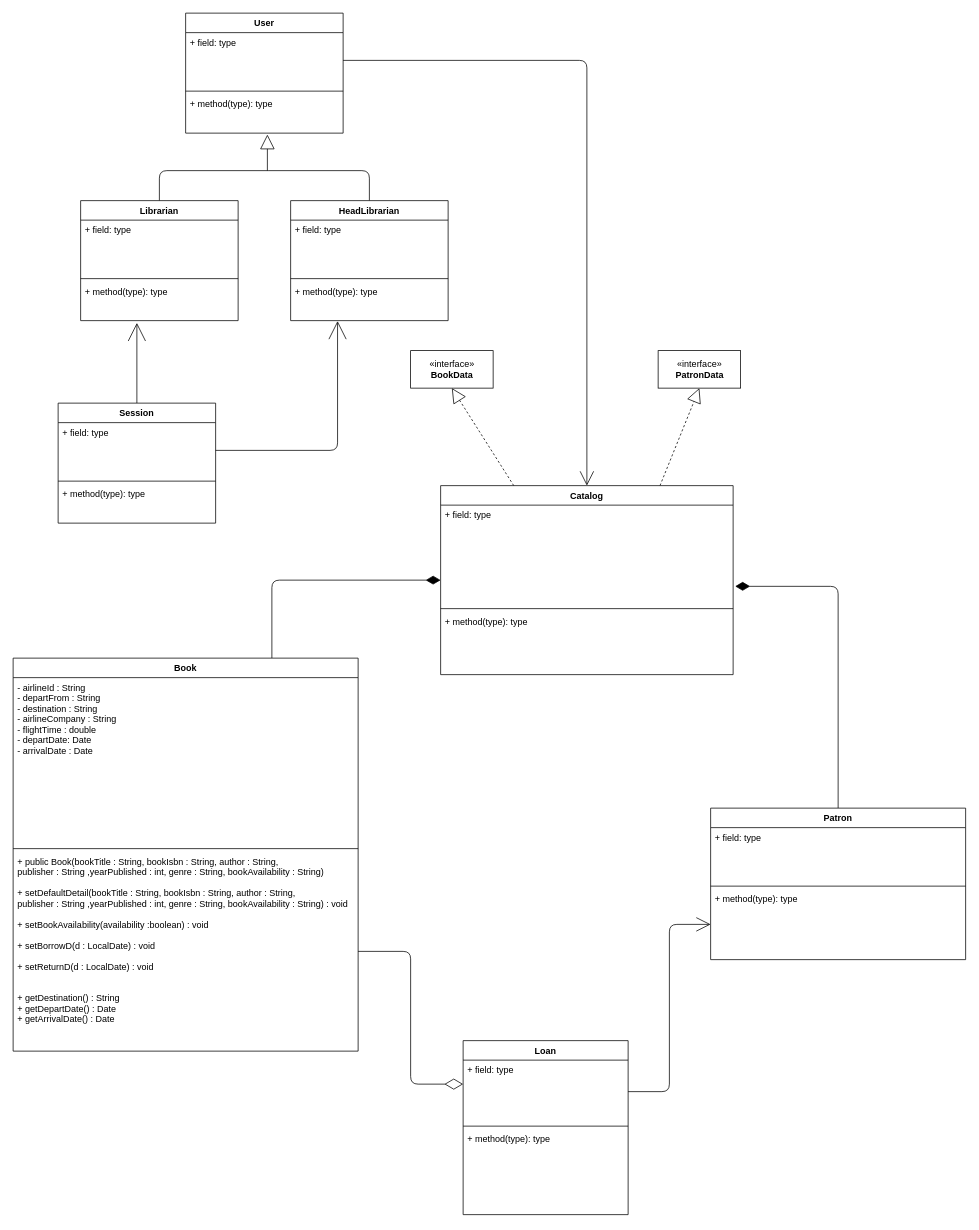
This is Library Management System/src/LMS_ClassDiagram.drawio from leonardHD0433/Library-Management-System, a draw.io file, before an edit. Source tidied: cells renumbered, new cells numbered last; positions are measured from the earlier drawing's top-left corner, leaving out a move shared by most shapes. Both pictures are drawn from the tidied source at 75%, with x=0, y=0 at pixel (13, 13).
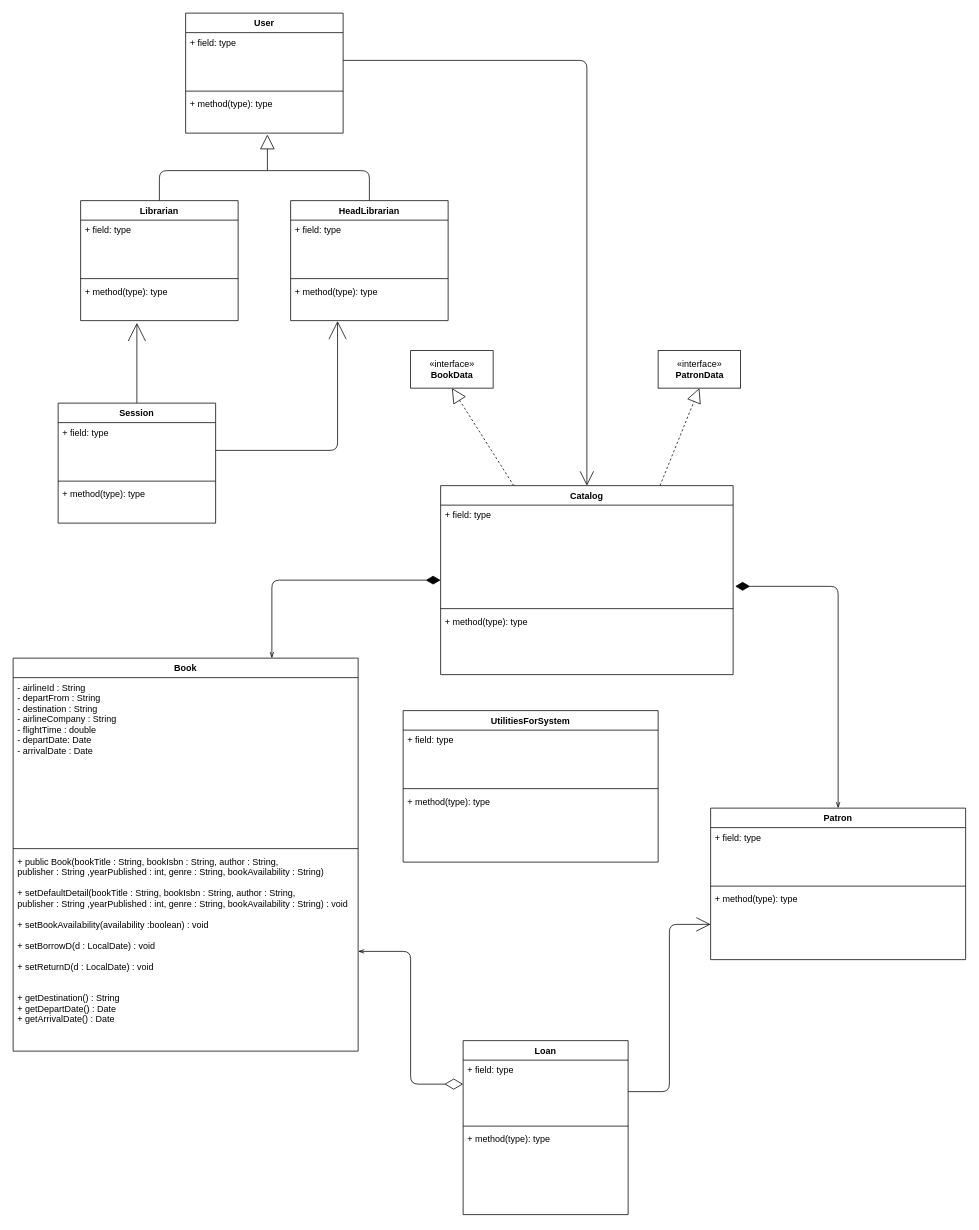
Above is the later version.

Unchanged cells that the change refers to:
```xml
<mxCell id="3" value="Book" style="swimlane;fontStyle=1;align=center;verticalAlign=top;horizontal=1;startSize=26;" parent="1" vertex="1">
  <mxGeometry y="860" width="460" height="524" as="geometry" />
</mxCell>
<mxCell id="6" value="+ public Book(bookTitle : String, bookIsbn : String, author : String, &#10;publisher : String ,yearPublished : int, genre : String, bookAvailability : String)&#10;&#10;+ setDefaultDetail(bookTitle : String, bookIsbn : String, author : String,&#10;publisher : String ,yearPublished : int, genre : String, bookAvailability : String) : void&#10;&#10;+ setBookAvailability(availability :boolean) : void&#10;&#10;+ setBorrowD(d : LocalDate) : void&#10;&#10;+ setReturnD(d : LocalDate) : void&#10;&#10;&#10;+ getDestination() : String&#10;+ getDepartDate() : Date&#10;+ getArrivalDate() : Date" style="text;strokeColor=none;fillColor=none;align=left;verticalAlign=top;spacingLeft=4;spacingRight=4;overflow=hidden;points=[[0,0.5],[1,0.5]];portConstraint=eastwest;" parent="3" vertex="1">
  <mxGeometry y="258" width="460" height="266" as="geometry" />
</mxCell>
<mxCell id="9" value="Catalog" style="swimlane;fontStyle=1;align=center;verticalAlign=top;horizontal=1;startSize=26;" parent="1" vertex="1">
  <mxGeometry x="570" y="630" width="390" height="252" as="geometry" />
</mxCell>
<mxCell id="10" value="+ field: type" style="text;strokeColor=none;fillColor=none;align=left;verticalAlign=top;spacingLeft=4;spacingRight=4;overflow=hidden;points=[[0,0.5],[1,0.5]];portConstraint=eastwest;" parent="9" vertex="1">
  <mxGeometry y="26" width="390" height="134" as="geometry" />
</mxCell>
<mxCell id="13" value="Loan" style="swimlane;fontStyle=1;align=center;verticalAlign=top;horizontal=1;startSize=26;" parent="1" vertex="1">
  <mxGeometry x="600" y="1370" width="220" height="232" as="geometry" />
</mxCell>
<mxCell id="18" value="Patron" style="swimlane;fontStyle=1;align=center;verticalAlign=top;horizontal=1;startSize=26;" parent="1" vertex="1">
  <mxGeometry x="930" y="1060" width="340" height="202" as="geometry" />
</mxCell>
```

Change to the diagram source:
```diff
@@
-    <mxCell id="2" style="edgeStyle=orthogonalEdgeStyle;html=1;exitX=0.75;exitY=0;exitDx=0;exitDy=0;entryX=0;entryY=0.5;entryDx=0;entryDy=0;endArrow=diamondThin;endFill=1;endSize=17;" parent="1" edge="1" source="3" target="9">
+    <mxCell id="2" style="edgeStyle=orthogonalEdgeStyle;html=1;exitX=0.75;exitY=0;exitDx=0;exitDy=0;entryX=0;entryY=0.5;entryDx=0;entryDy=0;endArrow=diamondThin;endFill=1;endSize=17;startArrow=openThin;startFill=0;" parent="1" edge="1" source="3" target="9">
       <mxGeometry relative="1" as="geometry" />
     </mxCell>
@@
-    <mxCell id="17" style="edgeStyle=orthogonalEdgeStyle;html=1;exitX=0.5;exitY=0;exitDx=0;exitDy=0;entryX=1.007;entryY=0.808;entryDx=0;entryDy=0;entryPerimeter=0;endArrow=diamondThin;endFill=1;endSize=17;" parent="1" edge="1" source="18" target="10">
+    <mxCell id="17" style="edgeStyle=orthogonalEdgeStyle;html=1;exitX=0.5;exitY=0;exitDx=0;exitDy=0;entryX=1.007;entryY=0.808;entryDx=0;entryDy=0;entryPerimeter=0;endArrow=diamondThin;endFill=1;endSize=17;startArrow=openThin;startFill=0;" parent="1" edge="1" source="18" target="10">
       <mxGeometry relative="1" as="geometry" />
     </mxCell>
@@
-    <mxCell id="40" style="edgeStyle=elbowEdgeStyle;html=1;exitX=1;exitY=0.5;exitDx=0;exitDy=0;entryX=0;entryY=0.25;entryDx=0;entryDy=0;endArrow=diamondThin;endFill=0;endSize=22;" parent="1" edge="1" source="6" target="13">
+    <mxCell id="40" style="edgeStyle=elbowEdgeStyle;html=1;exitX=1;exitY=0.5;exitDx=0;exitDy=0;entryX=0;entryY=0.25;entryDx=0;entryDy=0;endArrow=diamondThin;endFill=0;endSize=22;startArrow=openThin;startFill=0;" parent="1" edge="1" source="6" target="13">
       <mxGeometry relative="1" as="geometry" />
     </mxCell>
@@
+    <mxCell id="48" value="UtilitiesForSystem" style="swimlane;fontStyle=1;align=center;verticalAlign=top;horizontal=1;startSize=26;" parent="1" vertex="1">
+      <mxGeometry x="520" y="930" width="340" height="202" as="geometry" />
+    </mxCell>
+    <mxCell id="49" value="+ field: type" style="text;strokeColor=none;fillColor=none;align=left;verticalAlign=top;spacingLeft=4;spacingRight=4;overflow=hidden;" parent="48" vertex="1">
+      <mxGeometry y="26" width="340" height="74" as="geometry" />
+    </mxCell>
+    <mxCell id="50" style="line;strokeWidth=1;fillColor=none;align=left;verticalAlign=middle;spacingTop=-1;spacingLeft=3;spacingRight=3;labelPosition=right;strokeColor=inherit;" parent="48" vertex="1">
+      <mxGeometry y="100" width="340" height="8" as="geometry" />
+    </mxCell>
+    <mxCell id="51" value="+ method(type): type" style="text;strokeColor=none;fillColor=none;align=left;verticalAlign=top;spacingLeft=4;spacingRight=4;overflow=hidden;" parent="48" vertex="1">
+      <mxGeometry y="108" width="340" height="94" as="geometry" />
+    </mxCell>
```
